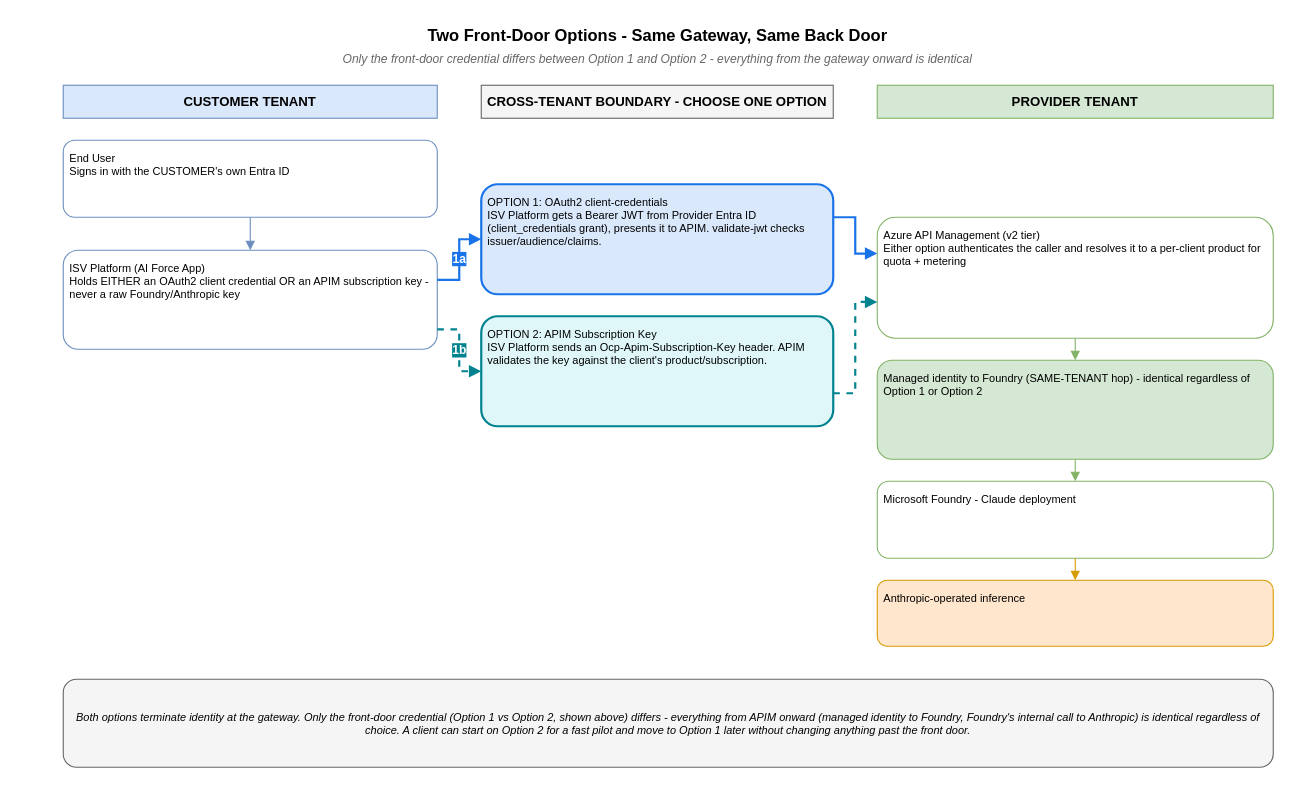
Before: diagrams/06-two-options-call-flow.drawio in shaleen-wonder-ent/Cross-Tenant-AI-Gateway, a draw.io diagram. Source tidied: cells renumbered, new cells numbered last; positions are measured from the earlier drawing's top-left corner, leaving out a move shared by most shapes. Both pictures are drawn from the tidied source at 110%, with x=0, y=0 at pixel (19, 19).
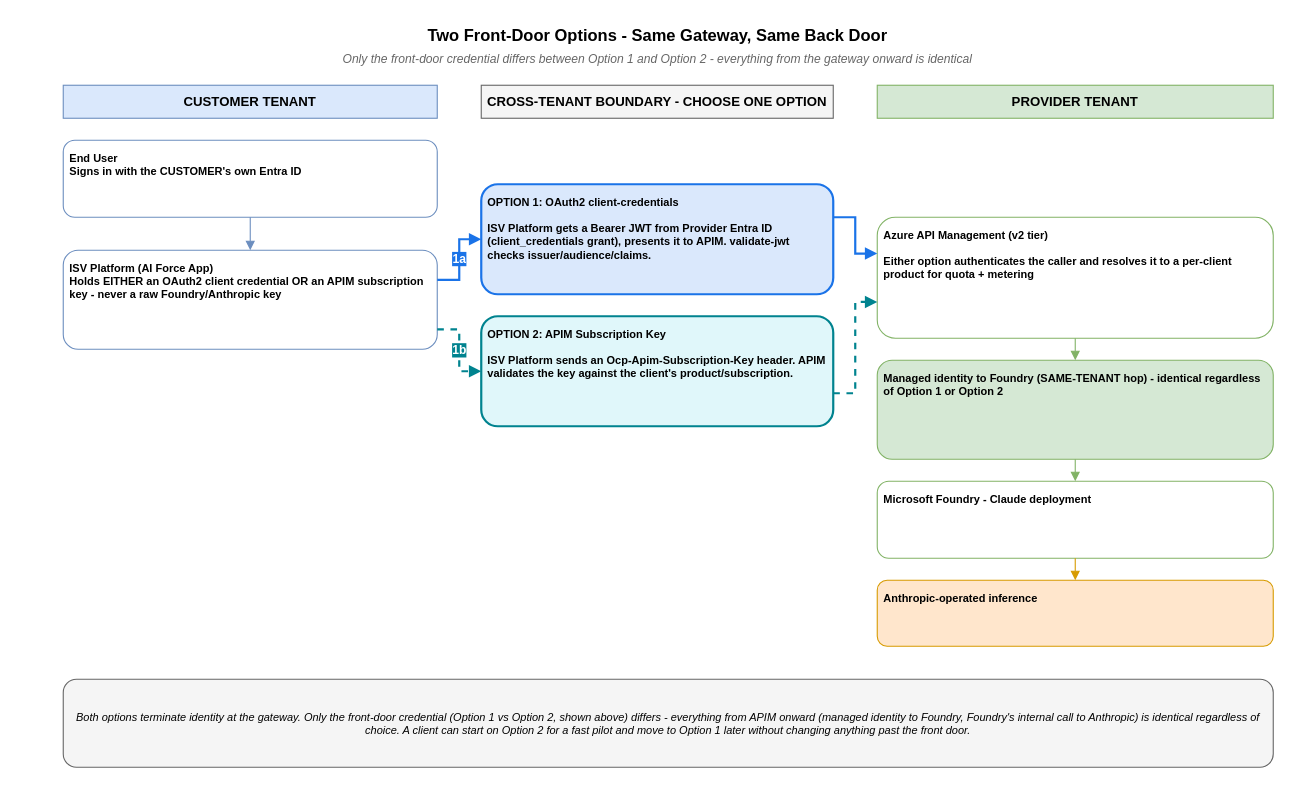
The same page after the edit.

Diff of the diagram source:
```diff
@@
-    <mxCell id="7" value="End User&lt;br&gt;Signs in with the CUSTOMER's own Entra ID" style="rounded=1;whiteSpace=wrap;html=1;align=left;verticalAlign=top;spacing=6;fontSize=10;fillColor=#ffffff;strokeColor=#6c8ebf;" parent="1" vertex="1">
+    <mxCell id="7" value="End User&lt;br&gt;Signs in with the CUSTOMER's own Entra ID" style="rounded=1;whiteSpace=wrap;html=1;align=left;verticalAlign=top;spacing=6;fontSize=10;fillColor=#ffffff;strokeColor=#6c8ebf;fontStyle=1;" parent="1" vertex="1">
       <mxGeometry x="40" y="110" width="340" height="70" as="geometry" />
     </mxCell>
-    <mxCell id="8" value="ISV Platform (AI Force App)&lt;br&gt;Holds EITHER an OAuth2 client credential OR an APIM subscription key - never a raw Foundry/Anthropic key" style="rounded=1;whiteSpace=wrap;html=1;align=left;verticalAlign=top;spacing=6;fontSize=10;fillColor=#ffffff;strokeColor=#6c8ebf;" parent="1" vertex="1">
+    <mxCell id="8" value="ISV Platform (AI Force App)&lt;br&gt;Holds EITHER an OAuth2 client credential OR an APIM subscription key - never a raw Foundry/Anthropic key" style="rounded=1;whiteSpace=wrap;html=1;align=left;verticalAlign=top;spacing=6;fontSize=10;fillColor=#ffffff;strokeColor=#6c8ebf;fontStyle=1;" parent="1" vertex="1">
       <mxGeometry x="40" y="210" width="340" height="90" as="geometry" />
     </mxCell>
-    <mxCell id="9" value="OPTION 1: OAuth2 client-credentials&lt;br&gt;ISV Platform gets a Bearer JWT from Provider Entra ID (client_credentials grant), presents it to APIM. validate-jwt checks issuer/audience/claims." style="rounded=1;whiteSpace=wrap;html=1;align=left;verticalAlign=top;spacing=6;fontSize=10;fillColor=#dae8fc;strokeColor=#1a73e8;strokeWidth=2;" parent="1" vertex="1">
+    <mxCell id="9" value="OPTION 1: OAuth2 client-credentials&lt;div&gt;&lt;font color=&quot;#000000&quot;&gt;&lt;br&gt;&lt;/font&gt;ISV Platform gets a Bearer JWT from Provider Entra ID (client_credentials grant), presents it to APIM. validate-jwt checks issuer/audience/claims.&lt;/div&gt;" style="rounded=1;whiteSpace=wrap;html=1;align=left;verticalAlign=top;spacing=6;fontSize=10;fillColor=#dae8fc;strokeColor=#1a73e8;strokeWidth=2;fontStyle=1;" parent="1" vertex="1">
       <mxGeometry x="420" y="150" width="320" height="100" as="geometry" />
     </mxCell>
-    <mxCell id="10" value="OPTION 2: APIM Subscription Key&lt;br&gt;ISV Platform sends an Ocp-Apim-Subscription-Key header. APIM validates the key against the client's product/subscription." style="rounded=1;whiteSpace=wrap;html=1;align=left;verticalAlign=top;spacing=6;fontSize=10;fillColor=#e0f7fa;strokeColor=#00838f;strokeWidth=2;" parent="1" vertex="1">
+    <mxCell id="10" value="OPTION 2: APIM Subscription Key&lt;div&gt;&lt;font color=&quot;#000000&quot;&gt;&lt;br&gt;&lt;/font&gt;ISV Platform sends an Ocp-Apim-Subscription-Key header. APIM validates the key against the client's product/subscription.&lt;/div&gt;" style="rounded=1;whiteSpace=wrap;html=1;align=left;verticalAlign=top;spacing=6;fontSize=10;fillColor=#e0f7fa;strokeColor=#00838f;strokeWidth=2;fontStyle=1;" parent="1" vertex="1">
       <mxGeometry x="420" y="270" width="320" height="100" as="geometry" />
     </mxCell>
-    <mxCell id="11" value="Azure API Management (v2 tier)&lt;br&gt;Either option authenticates the caller and resolves it to a per-client product for quota + metering" style="rounded=1;whiteSpace=wrap;html=1;align=left;verticalAlign=top;spacing=6;fontSize=10;fillColor=#ffffff;strokeColor=#82b366;" parent="1" vertex="1">
+    <mxCell id="11" value="Azure API Management (v2 tier)&lt;div&gt;&lt;font color=&quot;#000000&quot;&gt;&lt;br&gt;&lt;/font&gt;Either option authenticates the caller and resolves it to a per-client product for quota + metering&lt;/div&gt;" style="rounded=1;whiteSpace=wrap;html=1;align=left;verticalAlign=top;spacing=6;fontSize=10;fillColor=#ffffff;strokeColor=#82b366;fontStyle=1;" parent="1" vertex="1">
       <mxGeometry x="780" y="180" width="360" height="110" as="geometry" />
     </mxCell>
-    <mxCell id="12" value="Managed identity to Foundry (SAME-TENANT hop) - identical regardless of Option 1 or Option 2" style="rounded=1;whiteSpace=wrap;html=1;align=left;verticalAlign=top;spacing=6;fontSize=10;fillColor=#d5e8d4;strokeColor=#82b366;" parent="1" vertex="1">
+    <mxCell id="12" value="Managed identity to Foundry (SAME-TENANT hop) - identical regardless of Option 1 or Option 2" style="rounded=1;whiteSpace=wrap;html=1;align=left;verticalAlign=top;spacing=6;fontSize=10;fillColor=#d5e8d4;strokeColor=#82b366;fontStyle=1;" parent="1" vertex="1">
       <mxGeometry x="780" y="310" width="360" height="90" as="geometry" />
     </mxCell>
-    <mxCell id="13" value="Microsoft Foundry - Claude deployment" style="rounded=1;whiteSpace=wrap;html=1;align=left;verticalAlign=top;spacing=6;fontSize=10;fillColor=#ffffff;strokeColor=#82b366;" parent="1" vertex="1">
+    <mxCell id="13" value="Microsoft Foundry - Claude deployment" style="rounded=1;whiteSpace=wrap;html=1;align=left;verticalAlign=top;spacing=6;fontSize=10;fillColor=#ffffff;strokeColor=#82b366;fontStyle=1;" parent="1" vertex="1">
       <mxGeometry x="780" y="420" width="360" height="70" as="geometry" />
     </mxCell>
-    <mxCell id="14" value="Anthropic-operated inference" style="rounded=1;whiteSpace=wrap;html=1;align=left;verticalAlign=top;spacing=6;fontSize=10;fillColor=#ffe6cc;strokeColor=#d79b00;" parent="1" vertex="1">
+    <mxCell id="14" value="Anthropic-operated inference" style="rounded=1;whiteSpace=wrap;html=1;align=left;verticalAlign=top;spacing=6;fontSize=10;fillColor=#ffe6cc;strokeColor=#d79b00;fontStyle=1;" parent="1" vertex="1">
       <mxGeometry x="780" y="510" width="360" height="60" as="geometry" />
     </mxCell>
```
